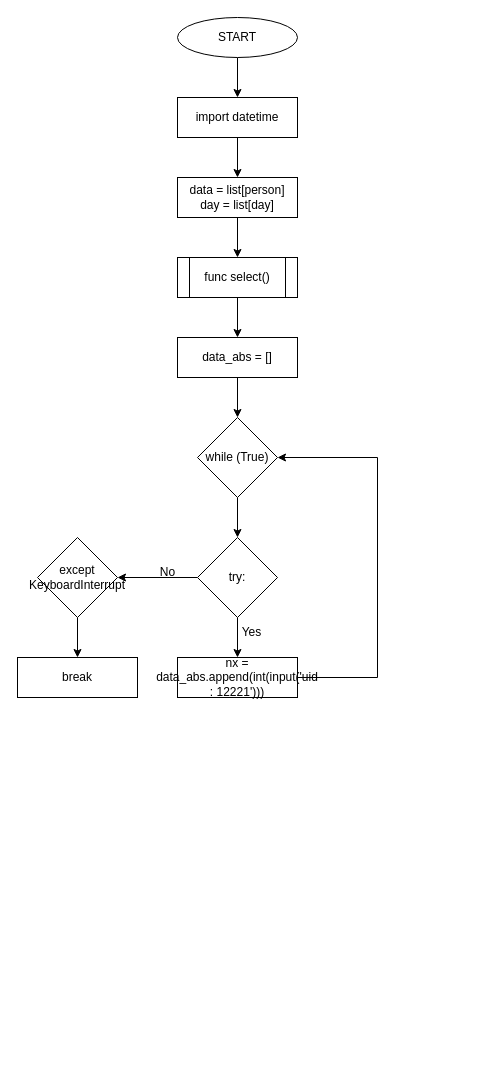
Earlier version of the draw.io diagram FlowchartAbsensi.drawio (hawk-xc/diagram.net). Source tidied: cells renumbered, new cells numbered last; positions are measured from the earlier drawing's top-left corner, leaving out a move shared by most shapes. Both pictures are drawn from the tidied source at 100%, with x=0, y=0 at pixel (17, 17).
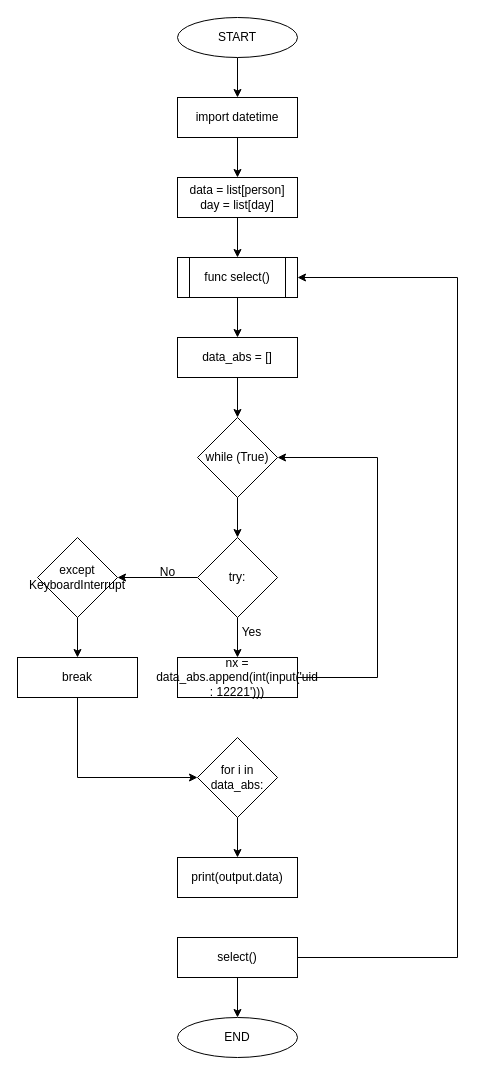
Above is the later version.

The change refers to these unchanged cells:
```xml
<mxCell id="9" value="func select()" style="shape=process;whiteSpace=wrap;html=1;backgroundOutline=1;" parent="1" vertex="1">
  <mxGeometry x="160" y="240" width="120" height="40" as="geometry" />
</mxCell>
<mxCell id="22" value="break" style="rounded=0;whiteSpace=wrap;html=1;" parent="1" vertex="1">
  <mxGeometry y="640" width="120" height="40" as="geometry" />
</mxCell>
```

Change to the diagram source:
```diff
@@
+    <mxCell id="25" style="edgeStyle=orthogonalEdgeStyle;rounded=0;jettySize=auto;html=1;exitX=0.5;exitY=1;exitDx=0;exitDy=0;entryX=0;entryY=0.5;entryDx=0;entryDy=0;" parent="1" edge="1" source="22" target="27">
+      <mxGeometry relative="1" as="geometry" />
+    </mxCell>
@@
+    <mxCell id="26" style="edgeStyle=orthogonalEdgeStyle;rounded=0;jettySize=auto;html=1;exitX=0.5;exitY=1;exitDx=0;exitDy=0;" parent="1" edge="1" source="27" target="28">
+      <mxGeometry relative="1" as="geometry" />
+    </mxCell>
+    <mxCell id="27" value="for i in data_abs:" style="rhombus;whiteSpace=wrap;html=1;" parent="1" vertex="1">
+      <mxGeometry x="180" y="720" width="80" height="80" as="geometry" />
+    </mxCell>
+    <mxCell id="28" value="print(output.data)" style="rounded=0;whiteSpace=wrap;html=1;" parent="1" vertex="1">
+      <mxGeometry x="160" y="840" width="120" height="40" as="geometry" />
+    </mxCell>
+    <mxCell id="29" style="edgeStyle=orthogonalEdgeStyle;rounded=0;jettySize=auto;html=1;exitX=1;exitY=0.5;exitDx=0;exitDy=0;entryX=1;entryY=0.5;entryDx=0;entryDy=0;" parent="1" edge="1" source="31" target="9">
+      <mxGeometry relative="1" as="geometry">
+        <Array as="points">
+          <mxPoint x="440" y="940" />
+          <mxPoint x="440" y="260" />
+        </Array>
+      </mxGeometry>
+    </mxCell>
+    <mxCell id="30" style="edgeStyle=orthogonalEdgeStyle;rounded=0;jettySize=auto;html=1;exitX=0.5;exitY=1;exitDx=0;exitDy=0;entryX=0.5;entryY=0;entryDx=0;entryDy=0;" parent="1" edge="1" source="31" target="32">
+      <mxGeometry relative="1" as="geometry" />
+    </mxCell>
+    <mxCell id="31" value="select()" style="rounded=0;whiteSpace=wrap;html=1;" parent="1" vertex="1">
+      <mxGeometry x="160" y="920" width="120" height="40" as="geometry" />
+    </mxCell>
+    <mxCell id="32" value="END" style="ellipse;whiteSpace=wrap;html=1;" parent="1" vertex="1">
+      <mxGeometry x="160" y="1000" width="120" height="40" as="geometry" />
+    </mxCell>
```
